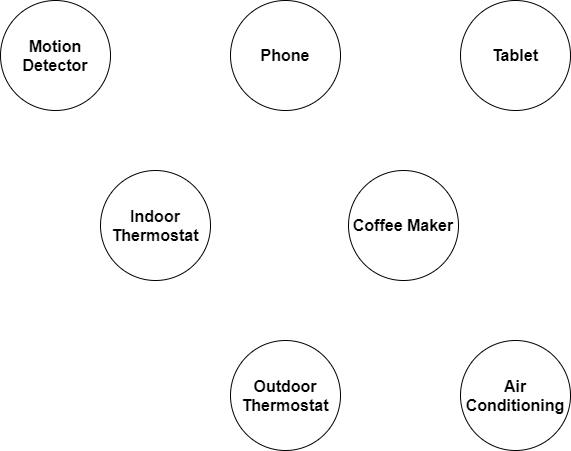
smitbmx/Architecture-Diagrams keeps this draw.io diagram as Design Patterns/Behavioral/Mediator/No Mediator Visualization Diagram.png. Above is the earlier version. Source tidied: cells renumbered, new cells last; positions are measured from the earlier drawing's top-left corner, leaving out a move shared by most shapes. Source of this version:
```xml
<mxGraphModel>
  <root>
    <mxCell id="0" />
    <mxCell id="1" parent="0" />
    <mxCell id="2" value="&lt;font style=&quot;font-size: 16px&quot;&gt;Motion Detector&lt;/font&gt;" style="ellipse;whiteSpace=wrap;html=1;fontStyle=1;" parent="1" vertex="1">
      <mxGeometry width="110" height="110" as="geometry" />
    </mxCell>
    <mxCell id="3" value="&lt;font style=&quot;font-size: 16px&quot;&gt;Indoor Thermostat&lt;/font&gt;" style="ellipse;whiteSpace=wrap;html=1;fontStyle=1;" parent="1" vertex="1">
      <mxGeometry x="100" y="170" width="110" height="110" as="geometry" />
    </mxCell>
    <mxCell id="4" value="&lt;font style=&quot;font-size: 16px&quot;&gt;Phone&lt;/font&gt;" style="ellipse;whiteSpace=wrap;html=1;fontStyle=1;" parent="1" vertex="1">
      <mxGeometry x="230" width="110" height="110" as="geometry" />
    </mxCell>
    <mxCell id="5" value="&lt;font style=&quot;font-size: 16px&quot;&gt;Tablet&lt;/font&gt;" style="ellipse;whiteSpace=wrap;html=1;fontStyle=1;" parent="1" vertex="1">
      <mxGeometry x="460" width="110" height="110" as="geometry" />
    </mxCell>
    <mxCell id="6" value="&lt;font style=&quot;font-size: 16px&quot;&gt;Coffee Maker&lt;/font&gt;" style="ellipse;whiteSpace=wrap;html=1;fontStyle=1;" parent="1" vertex="1">
      <mxGeometry x="348" y="170" width="110" height="110" as="geometry" />
    </mxCell>
    <mxCell id="7" value="&lt;font style=&quot;font-size: 16px&quot;&gt;Air Conditioning&lt;/font&gt;" style="ellipse;whiteSpace=wrap;html=1;fontStyle=1;" parent="1" vertex="1">
      <mxGeometry x="460" y="340" width="110" height="110" as="geometry" />
    </mxCell>
    <mxCell id="8" value="&lt;font style=&quot;font-size: 16px&quot;&gt;Outdoor Thermostat&lt;/font&gt;" style="ellipse;whiteSpace=wrap;html=1;fontStyle=1;" parent="1" vertex="1">
      <mxGeometry x="230" y="340" width="110" height="110" as="geometry" />
    </mxCell>
  </root>
</mxGraphModel>
```
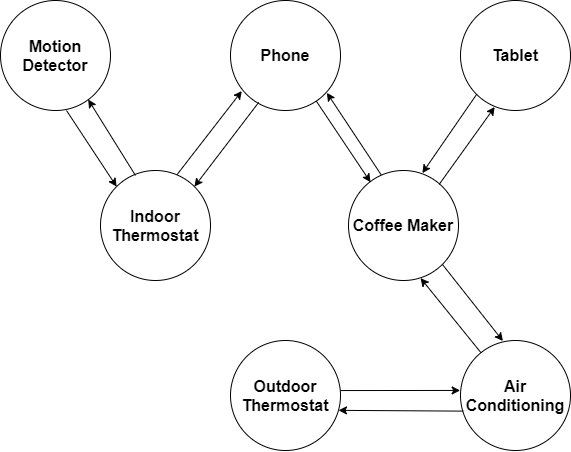
Later version of the same file.

The edit, as a diff of the source:
```diff
@@ -23,5 +23,41 @@
     <mxCell id="8" value="&lt;font style=&quot;font-size: 16px&quot;&gt;Outdoor Thermostat&lt;/font&gt;" style="ellipse;whiteSpace=wrap;html=1;fontStyle=1;" parent="1" vertex="1">
       <mxGeometry x="230" y="340" width="110" height="110" as="geometry" />
     </mxCell>
+    <mxCell id="9" style="endArrow=classic;html=1;entryX=0;entryY=0;entryDx=0;entryDy=0;exitX=0.6;exitY=1;exitDx=0;exitDy=0;exitPerimeter=0;" parent="1" edge="1" source="2" target="3">
+      <mxGeometry relative="1" as="geometry" />
+    </mxCell>
+    <mxCell id="10" style="endArrow=classic;html=1;exitX=0.318;exitY=0.045;exitDx=0;exitDy=0;exitPerimeter=0;entryX=0.797;entryY=0.9;entryDx=0;entryDy=0;entryPerimeter=0;" parent="1" edge="1" source="3" target="2">
+      <mxGeometry relative="1" as="geometry" />
+    </mxCell>
+    <mxCell id="11" style="endArrow=classic;html=1;exitX=0.697;exitY=0.036;exitDx=0;exitDy=0;exitPerimeter=0;entryX=0.103;entryY=0.823;entryDx=0;entryDy=0;entryPerimeter=0;" parent="1" edge="1" source="3" target="4">
+      <mxGeometry relative="1" as="geometry" />
+    </mxCell>
+    <mxCell id="12" style="endArrow=classic;html=1;entryX=1;entryY=0;entryDx=0;entryDy=0;exitX=0.256;exitY=0.927;exitDx=0;exitDy=0;exitPerimeter=0;" parent="1" edge="1" source="4" target="3">
+      <mxGeometry relative="1" as="geometry" />
+    </mxCell>
+    <mxCell id="13" style="endArrow=classic;html=1;entryX=0.2;entryY=0.106;entryDx=0;entryDy=0;entryPerimeter=0;" parent="1" edge="1" source="4" target="6">
+      <mxGeometry relative="1" as="geometry" />
+    </mxCell>
+    <mxCell id="14" style="endArrow=classic;html=1;entryX=0.876;entryY=0.839;entryDx=0;entryDy=0;exitX=0.297;exitY=0.039;exitDx=0;exitDy=0;exitPerimeter=0;entryPerimeter=0;" parent="1" edge="1" source="6" target="4">
+      <mxGeometry relative="1" as="geometry" />
+    </mxCell>
+    <mxCell id="15" style="endArrow=classic;html=1;entryX=0.671;entryY=0.024;entryDx=0;entryDy=0;exitX=0;exitY=1;exitDx=0;exitDy=0;entryPerimeter=0;" parent="1" edge="1" source="5" target="6">
+      <mxGeometry relative="1" as="geometry" />
+    </mxCell>
+    <mxCell id="16" style="endArrow=classic;html=1;entryX=0.311;entryY=0.968;entryDx=0;entryDy=0;entryPerimeter=0;exitX=0.824;exitY=0.127;exitDx=0;exitDy=0;exitPerimeter=0;" parent="1" edge="1" source="6" target="5">
+      <mxGeometry relative="1" as="geometry" />
+    </mxCell>
+    <mxCell id="17" style="endArrow=classic;html=1;entryX=0.386;entryY=0.005;entryDx=0;entryDy=0;exitX=1;exitY=1;exitDx=0;exitDy=0;entryPerimeter=0;" parent="1" edge="1" source="6" target="7">
+      <mxGeometry relative="1" as="geometry" />
+    </mxCell>
+    <mxCell id="18" style="endArrow=classic;html=1;entryX=0.655;entryY=0.978;entryDx=0;entryDy=0;entryPerimeter=0;" parent="1" edge="1" source="7" target="6">
+      <mxGeometry relative="1" as="geometry" />
+    </mxCell>
+    <mxCell id="19" style="endArrow=classic;html=1;entryX=-0.003;entryY=0.454;entryDx=0;entryDy=0;exitX=1;exitY=0.455;exitDx=0;exitDy=0;exitPerimeter=0;entryPerimeter=0;" parent="1" edge="1" source="8" target="7">
+      <mxGeometry relative="1" as="geometry" />
+    </mxCell>
+    <mxCell id="20" style="endArrow=classic;html=1;exitX=0.025;exitY=0.642;exitDx=0;exitDy=0;exitPerimeter=0;entryX=0.982;entryY=0.635;entryDx=0;entryDy=0;entryPerimeter=0;" parent="1" edge="1" source="7" target="8">
+      <mxGeometry relative="1" as="geometry" />
+    </mxCell>
   </root>
 </mxGraphModel>
```
